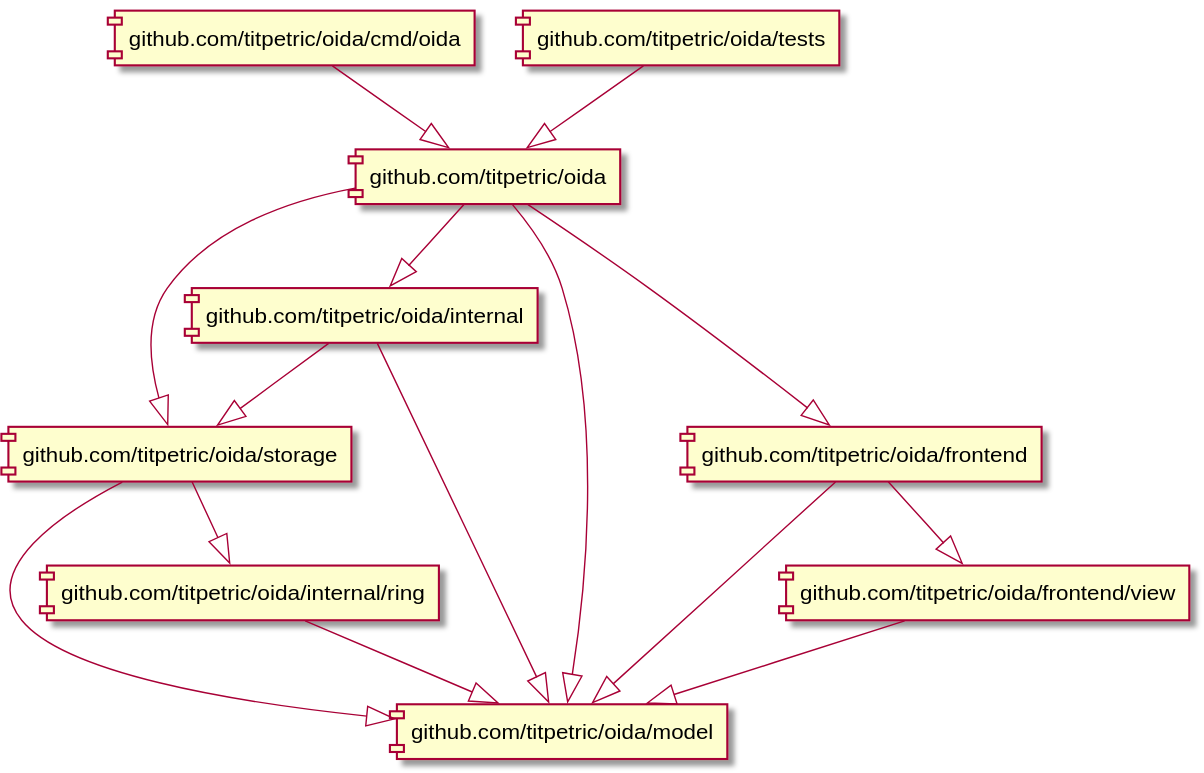
The PlantUML diagram docs/assets/imports.svg in titpetric/oida, before a commit. Its diagram source:
```plantuml
@startuml
[github.com/titpetric/oida] --|> [github.com/titpetric/oida/storage]
[github.com/titpetric/oida] --|> [github.com/titpetric/oida/model]
[github.com/titpetric/oida] --|> [github.com/titpetric/oida/internal]
[github.com/titpetric/oida] --|> [github.com/titpetric/oida/frontend]
[github.com/titpetric/oida/cmd/oida] --|> [github.com/titpetric/oida]
[github.com/titpetric/oida/frontend] --|> [github.com/titpetric/oida/frontend/view]
[github.com/titpetric/oida/frontend] --|> [github.com/titpetric/oida/model]
[github.com/titpetric/oida/frontend/view] --|> [github.com/titpetric/oida/model]
[github.com/titpetric/oida/internal] --|> [github.com/titpetric/oida/storage]
[github.com/titpetric/oida/internal] --|> [github.com/titpetric/oida/model]
[github.com/titpetric/oida/internal/ring] --|> [github.com/titpetric/oida/model]
[github.com/titpetric/oida/storage] --|> [github.com/titpetric/oida/model]
[github.com/titpetric/oida/storage] --|> [github.com/titpetric/oida/internal/ring]
[github.com/titpetric/oida/tests] --|> [github.com/titpetric/oida]
@enduml
```
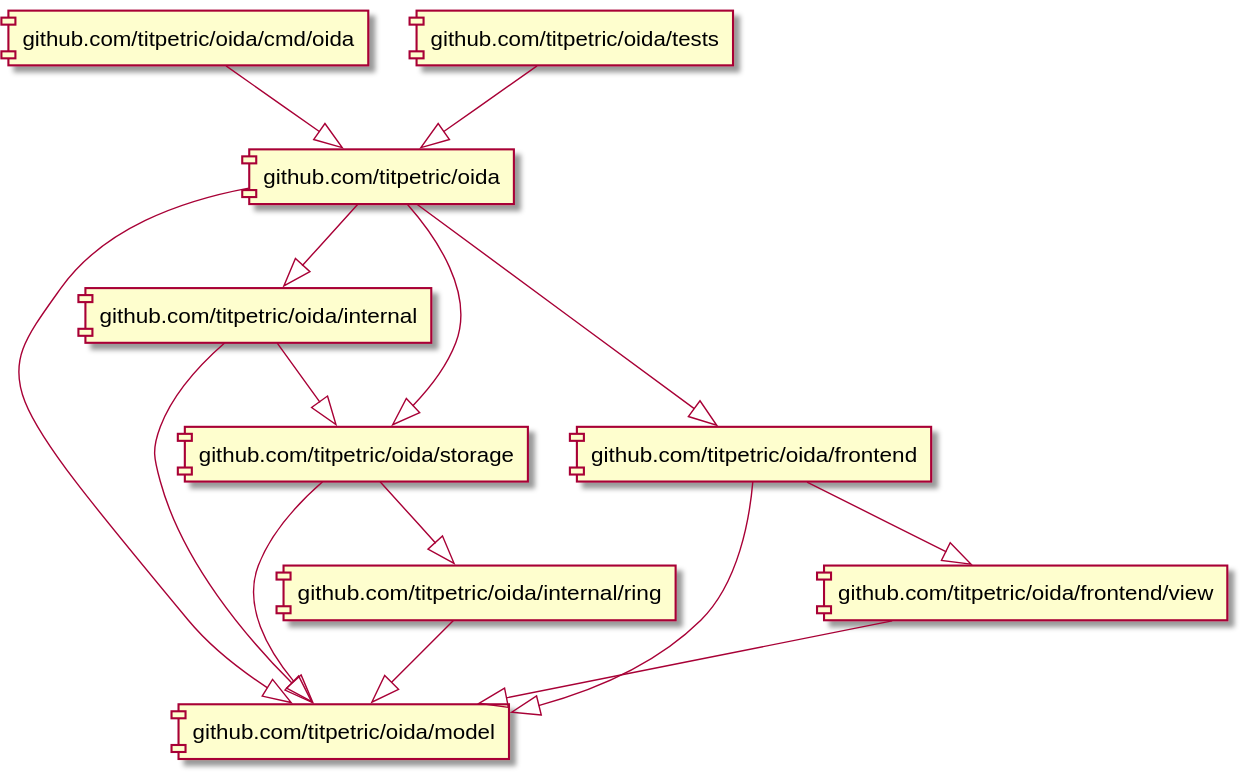
Later version of the same file.

The edit, as a diff of the source:
```diff
@@ -1,11 +1,11 @@
 @startuml
-[github.com/titpetric/oida] --|> [github.com/titpetric/oida/storage]
 [github.com/titpetric/oida] --|> [github.com/titpetric/oida/model]
 [github.com/titpetric/oida] --|> [github.com/titpetric/oida/internal]
 [github.com/titpetric/oida] --|> [github.com/titpetric/oida/frontend]
+[github.com/titpetric/oida] --|> [github.com/titpetric/oida/storage]
 [github.com/titpetric/oida/cmd/oida] --|> [github.com/titpetric/oida]
+[github.com/titpetric/oida/frontend] --|> [github.com/titpetric/oida/model]
 [github.com/titpetric/oida/frontend] --|> [github.com/titpetric/oida/frontend/view]
-[github.com/titpetric/oida/frontend] --|> [github.com/titpetric/oida/model]
 [github.com/titpetric/oida/frontend/view] --|> [github.com/titpetric/oida/model]
 [github.com/titpetric/oida/internal] --|> [github.com/titpetric/oida/storage]
 [github.com/titpetric/oida/internal] --|> [github.com/titpetric/oida/model]
```
